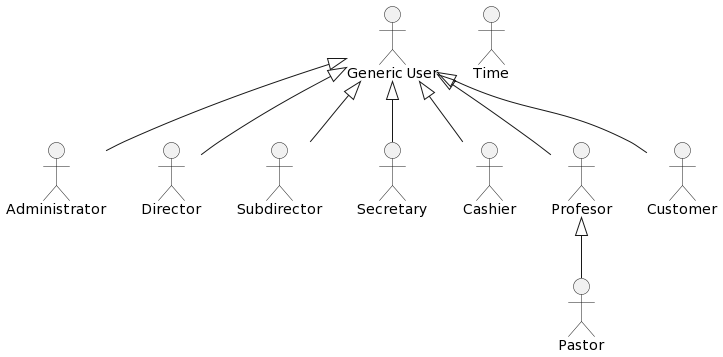
Earlier version of the PlantUML export out/UseCaseView/Actors/Actors.png (wsmcbl/wsmcbl.doc).
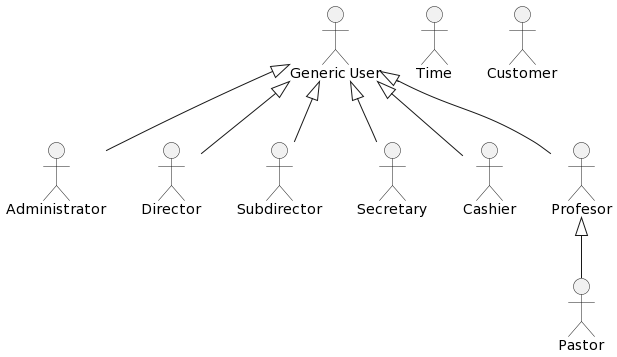
The same diagram one commit later.

Change to the diagram source:
```diff
@@ -9,9 +9,10 @@
 User <|-- Secretary
 User <|-- Cashier
 User <|-- Profesor
-User <|-- Customer
+
 
 Profesor <|-- Pastor
 
 :Time: as "Time"
+:Customer: as Customer
 @enduml
```
